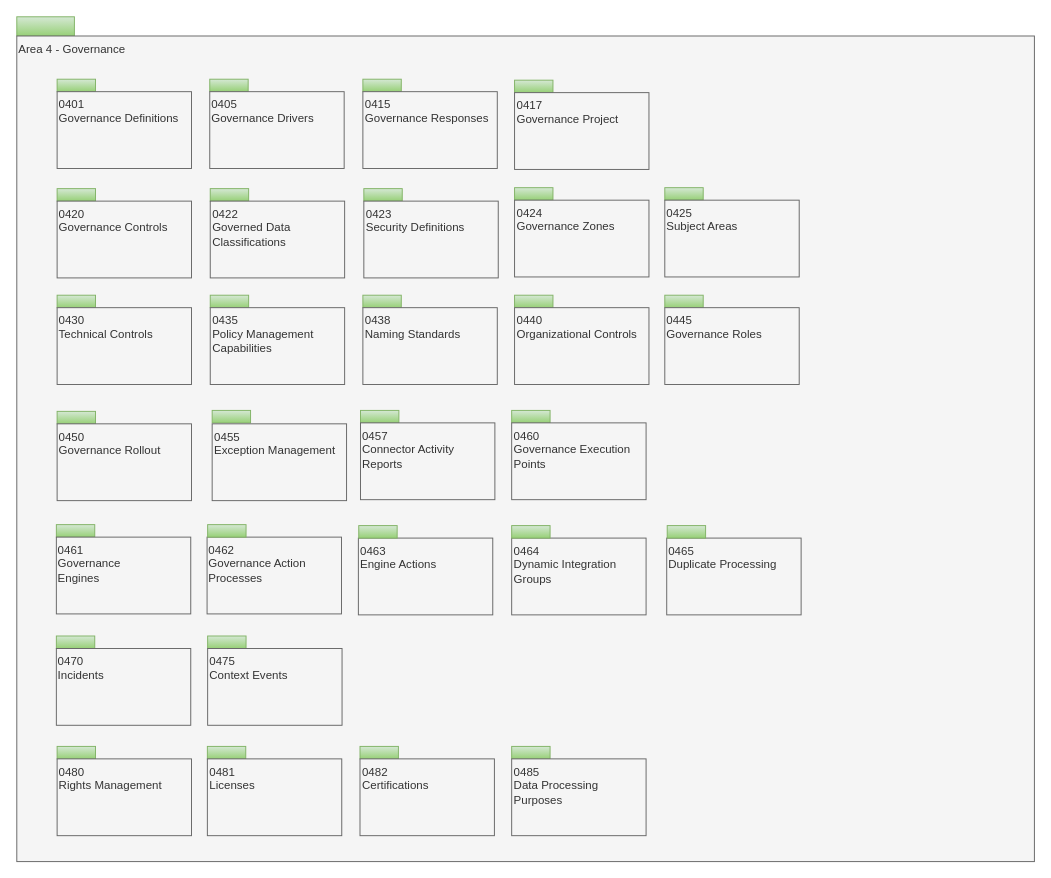
The draw.io diagram page "overview" (1 of 30) of site/docs/types/4/area-4-governance.drawio in odpi/egeria-docs, before the edit. Source tidied: cells renumbered, new cells numbered last; positions are measured from the earlier drawing's top-left corner, leaving out a move shared by most shapes. Both pictures are drawn from the tidied source at 96%, with x=0, y=0 at pixel (16, 16).
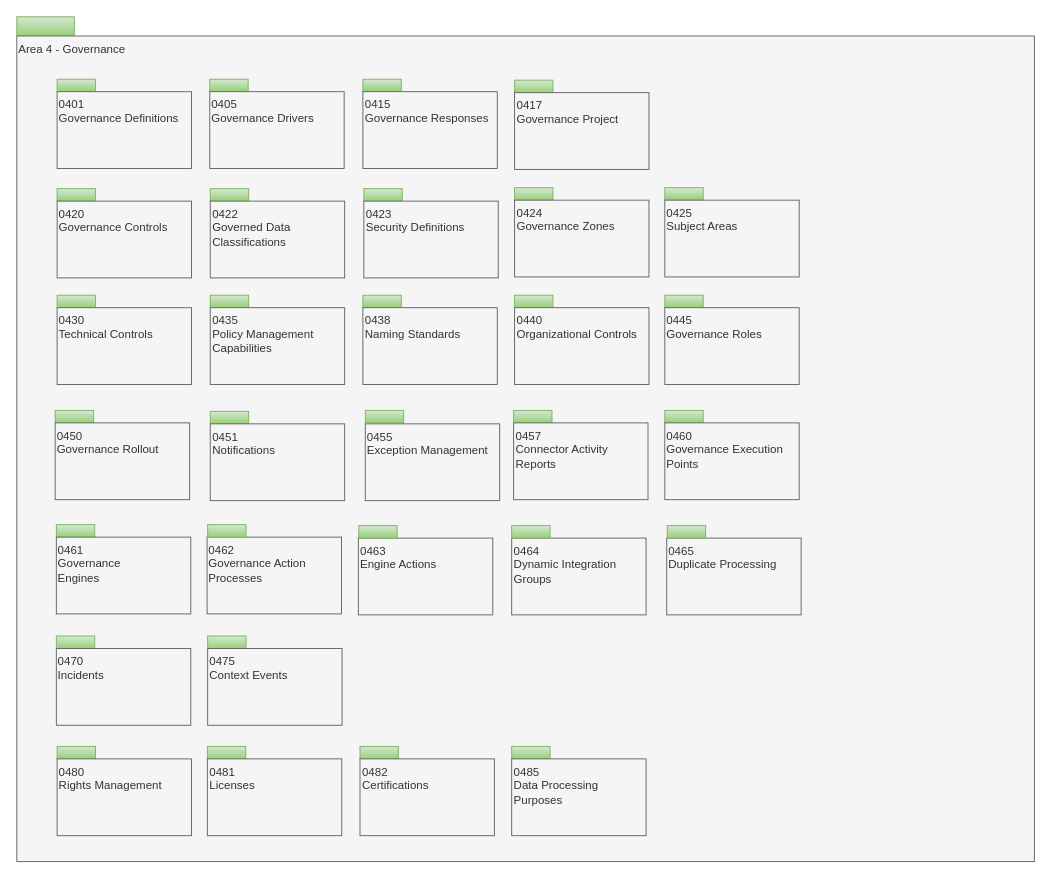
The same page after the edit.

The edit, as a diff of the source:
```diff
@@
     <mxCell id="16" style="rounded=0;whiteSpace=wrap;html=1;align=left;fillColor=#d5e8d4;strokeColor=#82b366;gradientColor=#97d077;" parent="1" vertex="1">
-      <mxGeometry x="42" y="411" width="40" height="13" as="geometry" />
+      <mxGeometry x="201.5" y="411" width="40" height="13" as="geometry" />
     </mxCell>
-    <mxCell id="17" value="0450&lt;br&gt;Governance Rollout&lt;br&gt;" style="rounded=0;whiteSpace=wrap;html=1;align=left;verticalAlign=top;fillColor=#f5f5f5;fontColor=#333333;strokeColor=#666666;" parent="1" vertex="1">
-      <mxGeometry x="42" y="424" width="140" height="80" as="geometry" />
+    <mxCell id="17" value="0451&lt;br&gt;Notifications" style="rounded=0;whiteSpace=wrap;html=1;align=left;verticalAlign=top;fillColor=#f5f5f5;fontColor=#333333;strokeColor=#666666;" parent="1" vertex="1">
+      <mxGeometry x="201.5" y="424" width="140" height="80" as="geometry" />
     </mxCell>
     <mxCell id="18" style="rounded=0;whiteSpace=wrap;html=1;align=left;fillColor=#d5e8d4;strokeColor=#82b366;gradientColor=#97d077;" parent="1" vertex="1">
-      <mxGeometry x="203.5" y="410" width="40" height="13" as="geometry" />
+      <mxGeometry x="363" y="410" width="40" height="13" as="geometry" />
     </mxCell>
     <mxCell id="19" value="0455&lt;br&gt;Exception Management&lt;br&gt;" style="rounded=0;whiteSpace=wrap;html=1;align=left;verticalAlign=top;fillColor=#f5f5f5;fontColor=#333333;strokeColor=#666666;" parent="1" vertex="1">
-      <mxGeometry x="203.5" y="424" width="140" height="80" as="geometry" />
+      <mxGeometry x="363" y="424" width="140" height="80" as="geometry" />
     </mxCell>
     <mxCell id="20" style="rounded=0;whiteSpace=wrap;html=1;align=left;fillColor=#d5e8d4;strokeColor=#82b366;gradientColor=#97d077;" parent="1" vertex="1">
-      <mxGeometry x="358" y="410" width="40" height="13" as="geometry" />
+      <mxGeometry x="517.5" y="410" width="40" height="13" as="geometry" />
     </mxCell>
     <mxCell id="21" value="0457&lt;br&gt;Connector Activity Reports" style="rounded=0;whiteSpace=wrap;html=1;align=left;verticalAlign=top;fillColor=#f5f5f5;fontColor=#333333;strokeColor=#666666;" parent="1" vertex="1">
-      <mxGeometry x="358" y="423" width="140" height="80" as="geometry" />
+      <mxGeometry x="517.5" y="423" width="140" height="80" as="geometry" />
     </mxCell>
@@
     <mxCell id="61" style="rounded=0;whiteSpace=wrap;html=1;align=left;fillColor=#d5e8d4;strokeColor=#82b366;gradientColor=#97d077;" parent="1" vertex="1">
-      <mxGeometry x="515.5" y="410" width="40" height="13" as="geometry" />
+      <mxGeometry x="675" y="410" width="40" height="13" as="geometry" />
     </mxCell>
     <mxCell id="62" value="0460&lt;br&gt;Governance Execution&lt;br&gt;Points" style="rounded=0;whiteSpace=wrap;html=1;align=left;verticalAlign=top;fillColor=#f5f5f5;fontColor=#333333;strokeColor=#666666;" parent="1" vertex="1">
-      <mxGeometry x="515.5" y="423" width="140" height="80" as="geometry" />
+      <mxGeometry x="675" y="423" width="140" height="80" as="geometry" />
     </mxCell>
+    <mxCell id="63" style="rounded=0;whiteSpace=wrap;html=1;align=left;fillColor=#d5e8d4;strokeColor=#82b366;gradientColor=#97d077;" parent="1" vertex="1">
+      <mxGeometry x="40" y="410" width="40" height="13" as="geometry" />
+    </mxCell>
+    <mxCell id="64" value="0450&lt;br&gt;Governance Rollout&lt;br&gt;" style="rounded=0;whiteSpace=wrap;html=1;align=left;verticalAlign=top;fillColor=#f5f5f5;fontColor=#333333;strokeColor=#666666;" parent="1" vertex="1">
+      <mxGeometry x="40" y="423" width="140" height="80" as="geometry" />
+    </mxCell>
```
